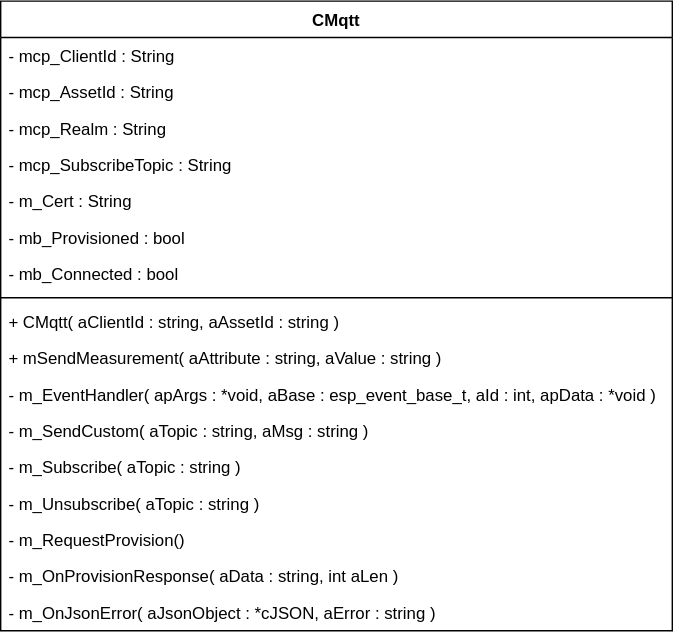
Earlier version of the draw.io export uml/mqtt-class.drawio.svg (SenseBoxTI/FirmwareDesign). Source tidied: cells renumbered, new cells last; positions are measured from the earlier drawing's top-left corner, leaving out a move shared by most shapes.
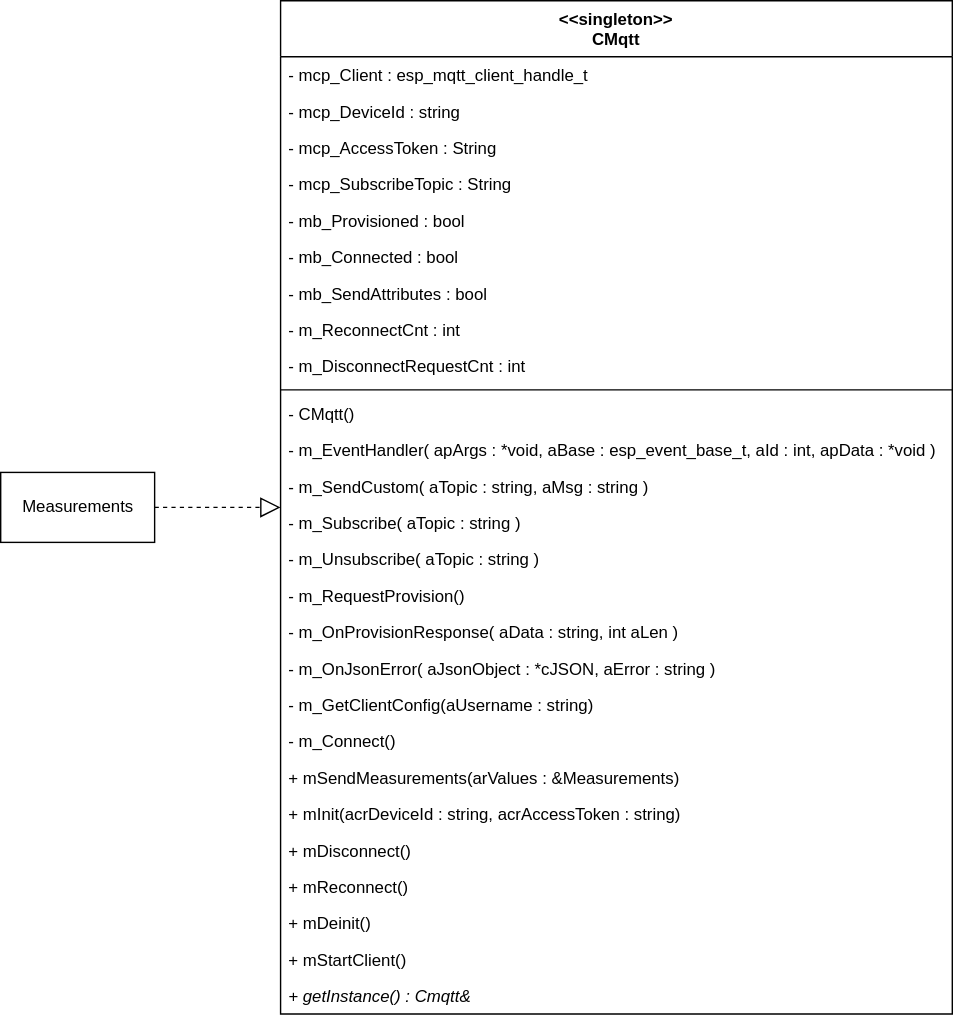
After the change.

The edit, as a diff of the source:
```diff
@@ -2,59 +2,95 @@
   <root>
     <mxCell id="0" />
     <mxCell id="1" parent="0" />
-    <mxCell id="2" value="CMqtt" style="swimlane;fontStyle=1;align=center;verticalAlign=top;horizontal=1;startSize=26;" parent="1" vertex="1">
-      <mxGeometry width="480" height="450" as="geometry" />
+    <mxCell id="2" value="&lt;&lt;singleton&gt;&gt;&#10;CMqtt" style="swimlane;fontStyle=1;align=center;verticalAlign=top;horizontal=1;startSize=40;" parent="1" vertex="1">
+      <mxGeometry width="480" height="724" as="geometry" />
     </mxCell>
-    <mxCell id="3" value="- mcp_ClientId : String" style="text;strokeColor=none;fillColor=none;align=left;verticalAlign=top;spacingLeft=4;spacingRight=4;overflow=hidden;" parent="2" vertex="1">
-      <mxGeometry y="26" width="480" height="26" as="geometry" />
+    <mxCell id="3" value="- mcp_Client : esp_mqtt_client_handle_t" style="text;strokeColor=none;fillColor=none;align=left;verticalAlign=top;spacingLeft=4;spacingRight=4;overflow=hidden;" parent="2" vertex="1">
+      <mxGeometry y="40" width="480" height="26" as="geometry" />
     </mxCell>
+    <mxCell id="20" value="- mcp_DeviceId : string" style="text;strokeColor=none;fillColor=none;align=left;verticalAlign=top;spacingLeft=4;spacingRight=4;overflow=hidden;" parent="2" vertex="1">
+      <mxGeometry y="66" width="480" height="26" as="geometry" />
+    </mxCell>
-    <mxCell id="4" value="- mcp_AssetId : String" style="text;strokeColor=none;fillColor=none;align=left;verticalAlign=top;spacingLeft=4;spacingRight=4;overflow=hidden;" parent="2" vertex="1">
-      <mxGeometry y="52" width="480" height="26" as="geometry" />
+    <mxCell id="4" value="- mcp_AccessToken : String" style="text;strokeColor=none;fillColor=none;align=left;verticalAlign=top;spacingLeft=4;spacingRight=4;overflow=hidden;" parent="2" vertex="1">
+      <mxGeometry y="92" width="480" height="26" as="geometry" />
     </mxCell>
-    <mxCell id="5" value="- mcp_Realm : String" style="text;strokeColor=none;fillColor=none;align=left;verticalAlign=top;spacingLeft=4;spacingRight=4;overflow=hidden;" parent="2" vertex="1">
-      <mxGeometry y="78" width="480" height="26" as="geometry" />
-    </mxCell>
     <mxCell id="6" value="- mcp_SubscribeTopic : String" style="text;strokeColor=none;fillColor=none;align=left;verticalAlign=top;spacingLeft=4;spacingRight=4;overflow=hidden;" parent="2" vertex="1">
-      <mxGeometry y="104" width="480" height="26" as="geometry" />
+      <mxGeometry y="118" width="480" height="26" as="geometry" />
     </mxCell>
-    <mxCell id="7" value="- m_Cert : String" style="text;strokeColor=none;fillColor=none;align=left;verticalAlign=top;spacingLeft=4;spacingRight=4;overflow=hidden;" parent="2" vertex="1">
-      <mxGeometry y="130" width="480" height="26" as="geometry" />
-    </mxCell>
     <mxCell id="8" value="- mb_Provisioned : bool" style="text;strokeColor=none;fillColor=none;align=left;verticalAlign=top;spacingLeft=4;spacingRight=4;overflow=hidden;" parent="2" vertex="1">
-      <mxGeometry y="156" width="480" height="26" as="geometry" />
+      <mxGeometry y="144" width="480" height="26" as="geometry" />
     </mxCell>
     <mxCell id="9" value="- mb_Connected : bool" style="text;strokeColor=none;fillColor=none;align=left;verticalAlign=top;spacingLeft=4;spacingRight=4;overflow=hidden;" parent="2" vertex="1">
-      <mxGeometry y="182" width="480" height="26" as="geometry" />
+      <mxGeometry y="170" width="480" height="26" as="geometry" />
     </mxCell>
+    <mxCell id="21" value="- mb_SendAttributes : bool" style="text;strokeColor=none;fillColor=none;align=left;verticalAlign=top;spacingLeft=4;spacingRight=4;overflow=hidden;" parent="2" vertex="1">
+      <mxGeometry y="196" width="480" height="26" as="geometry" />
+    </mxCell>
+    <mxCell id="22" value="- m_ReconnectCnt : int&#10;" style="text;strokeColor=none;fillColor=none;align=left;verticalAlign=top;spacingLeft=4;spacingRight=4;overflow=hidden;" parent="2" vertex="1">
+      <mxGeometry y="222" width="480" height="26" as="geometry" />
+    </mxCell>
+    <mxCell id="23" value="- m_DisconnectRequestCnt : int" style="text;strokeColor=none;fillColor=none;align=left;verticalAlign=top;spacingLeft=4;spacingRight=4;overflow=hidden;" parent="2" vertex="1">
+      <mxGeometry y="248" width="480" height="26" as="geometry" />
+    </mxCell>
     <mxCell id="10" style="line;strokeWidth=1;fillColor=none;align=left;verticalAlign=middle;spacingTop=-1;spacingLeft=3;spacingRight=3;labelPosition=right;" parent="2" vertex="1">
-      <mxGeometry y="208" width="480" height="8" as="geometry" />
+      <mxGeometry y="274" width="480" height="8" as="geometry" />
     </mxCell>
-    <mxCell id="11" value="+ CMqtt( aClientId : string, aAssetId : string )" style="text;strokeColor=none;fillColor=none;align=left;verticalAlign=top;spacingLeft=4;spacingRight=4;overflow=hidden;" parent="2" vertex="1">
-      <mxGeometry y="216" width="480" height="26" as="geometry" />
+    <mxCell id="11" value="- CMqtt()" style="text;strokeColor=none;fillColor=none;align=left;verticalAlign=top;spacingLeft=4;spacingRight=4;overflow=hidden;" parent="2" vertex="1">
+      <mxGeometry y="282" width="480" height="26" as="geometry" />
     </mxCell>
-    <mxCell id="12" value="+ mSendMeasurement( aAttribute : string, aValue : string )" style="text;strokeColor=none;fillColor=none;align=left;verticalAlign=top;spacingLeft=4;spacingRight=4;overflow=hidden;" parent="2" vertex="1">
-      <mxGeometry y="242" width="480" height="26" as="geometry" />
-    </mxCell>
     <mxCell id="13" value="- m_EventHandler( apArgs : *void, aBase : esp_event_base_t, aId : int, apData : *void )" style="text;strokeColor=none;fillColor=none;align=left;verticalAlign=top;spacingLeft=4;spacingRight=4;overflow=hidden;" parent="2" vertex="1">
-      <mxGeometry y="268" width="480" height="26" as="geometry" />
+      <mxGeometry y="308" width="480" height="26" as="geometry" />
     </mxCell>
     <mxCell id="14" value="- m_SendCustom( aTopic : string, aMsg : string )" style="text;strokeColor=none;fillColor=none;align=left;verticalAlign=top;spacingLeft=4;spacingRight=4;overflow=hidden;" parent="2" vertex="1">
-      <mxGeometry y="294" width="480" height="26" as="geometry" />
+      <mxGeometry y="334" width="480" height="26" as="geometry" />
     </mxCell>
     <mxCell id="15" value="- m_Subscribe( aTopic : string )" style="text;strokeColor=none;fillColor=none;align=left;verticalAlign=top;spacingLeft=4;spacingRight=4;overflow=hidden;" parent="2" vertex="1">
-      <mxGeometry y="320" width="480" height="26" as="geometry" />
+      <mxGeometry y="360" width="480" height="26" as="geometry" />
     </mxCell>
     <mxCell id="16" value="- m_Unsubscribe( aTopic : string )" style="text;strokeColor=none;fillColor=none;align=left;verticalAlign=top;spacingLeft=4;spacingRight=4;overflow=hidden;" parent="2" vertex="1">
-      <mxGeometry y="346" width="480" height="26" as="geometry" />
+      <mxGeometry y="386" width="480" height="26" as="geometry" />
     </mxCell>
     <mxCell id="17" value="- m_RequestProvision()" style="text;strokeColor=none;fillColor=none;align=left;verticalAlign=top;spacingLeft=4;spacingRight=4;overflow=hidden;" parent="2" vertex="1">
-      <mxGeometry y="372" width="480" height="26" as="geometry" />
+      <mxGeometry y="412" width="480" height="26" as="geometry" />
     </mxCell>
     <mxCell id="18" value="- m_OnProvisionResponse( aData : string, int aLen )" style="text;strokeColor=none;fillColor=none;align=left;verticalAlign=top;spacingLeft=4;spacingRight=4;overflow=hidden;" parent="2" vertex="1">
-      <mxGeometry y="398" width="480" height="26" as="geometry" />
+      <mxGeometry y="438" width="480" height="26" as="geometry" />
     </mxCell>
     <mxCell id="19" value="- m_OnJsonError( aJsonObject : *cJSON, aError : string )" style="text;strokeColor=none;fillColor=none;align=left;verticalAlign=top;spacingLeft=4;spacingRight=4;overflow=hidden;" parent="2" vertex="1">
-      <mxGeometry y="424" width="480" height="26" as="geometry" />
+      <mxGeometry y="464" width="480" height="26" as="geometry" />
     </mxCell>
+    <mxCell id="24" value="- m_GetClientConfig(aUsername : string)" style="text;strokeColor=none;fillColor=none;align=left;verticalAlign=top;spacingLeft=4;spacingRight=4;overflow=hidden;" parent="2" vertex="1">
+      <mxGeometry y="490" width="480" height="26" as="geometry" />
+    </mxCell>
+    <mxCell id="25" value="- m_Connect()" style="text;strokeColor=none;fillColor=none;align=left;verticalAlign=top;spacingLeft=4;spacingRight=4;overflow=hidden;" parent="2" vertex="1">
+      <mxGeometry y="516" width="480" height="26" as="geometry" />
+    </mxCell>
+    <mxCell id="26" value="+ mSendMeasurements(arValues : &amp;Measurements)" style="text;strokeColor=none;fillColor=none;align=left;verticalAlign=top;spacingLeft=4;spacingRight=4;overflow=hidden;" parent="2" vertex="1">
+      <mxGeometry y="542" width="480" height="26" as="geometry" />
+    </mxCell>
+    <mxCell id="27" value="+ mInit(acrDeviceId : string, acrAccessToken : string)" style="text;strokeColor=none;fillColor=none;align=left;verticalAlign=top;spacingLeft=4;spacingRight=4;overflow=hidden;" parent="2" vertex="1">
+      <mxGeometry y="568" width="480" height="26" as="geometry" />
+    </mxCell>
+    <mxCell id="28" value="+ mDisconnect()" style="text;strokeColor=none;fillColor=none;align=left;verticalAlign=top;spacingLeft=4;spacingRight=4;overflow=hidden;" parent="2" vertex="1">
+      <mxGeometry y="594" width="480" height="26" as="geometry" />
+    </mxCell>
+    <mxCell id="29" value="+ mReconnect()" style="text;strokeColor=none;fillColor=none;align=left;verticalAlign=top;spacingLeft=4;spacingRight=4;overflow=hidden;" parent="2" vertex="1">
+      <mxGeometry y="620" width="480" height="26" as="geometry" />
+    </mxCell>
+    <mxCell id="30" value="+ mDeinit()" style="text;strokeColor=none;fillColor=none;align=left;verticalAlign=top;spacingLeft=4;spacingRight=4;overflow=hidden;" parent="2" vertex="1">
+      <mxGeometry y="646" width="480" height="26" as="geometry" />
+    </mxCell>
+    <mxCell id="31" value="+ mStartClient()" style="text;strokeColor=none;fillColor=none;align=left;verticalAlign=top;spacingLeft=4;spacingRight=4;overflow=hidden;" parent="2" vertex="1">
+      <mxGeometry y="672" width="480" height="26" as="geometry" />
+    </mxCell>
+    <mxCell id="32" value="+ getInstance() : Cmqtt&amp;" style="text;strokeColor=none;fillColor=none;align=left;verticalAlign=top;spacingLeft=4;spacingRight=4;overflow=hidden;fontStyle=2;" parent="2" vertex="1">
+      <mxGeometry y="698" width="480" height="26" as="geometry" />
+    </mxCell>
+    <mxCell id="33" style="endArrow=block;dashed=1;endFill=0;endSize=12;html=1;" parent="1" edge="1" source="34" target="2">
+      <mxGeometry relative="1" as="geometry" />
+    </mxCell>
+    <mxCell id="34" value="Measurements" style="html=1;" parent="1" vertex="1">
+      <mxGeometry x="-200" y="337" width="110" height="50" as="geometry" />
+    </mxCell>
   </root>
 </mxGraphModel>
```
